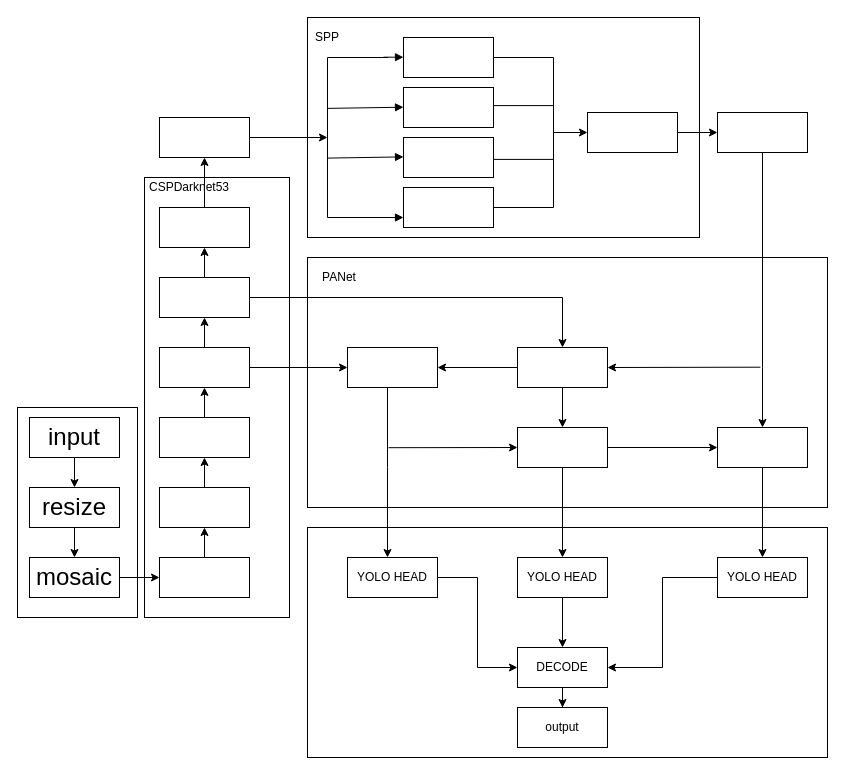
RyougiShki/hhhh keeps this draw.io diagram as page "第 2 页" (1 of 4) of Untitled Diagram.drawio. Above is the earlier version. Source tidied: cells renumbered, new cells numbered last; positions are measured from the earlier drawing's top-left corner, leaving out a move shared by most shapes. Both pictures are drawn from the tidied source at 100%, with x=0, y=0 at pixel (17, 17).
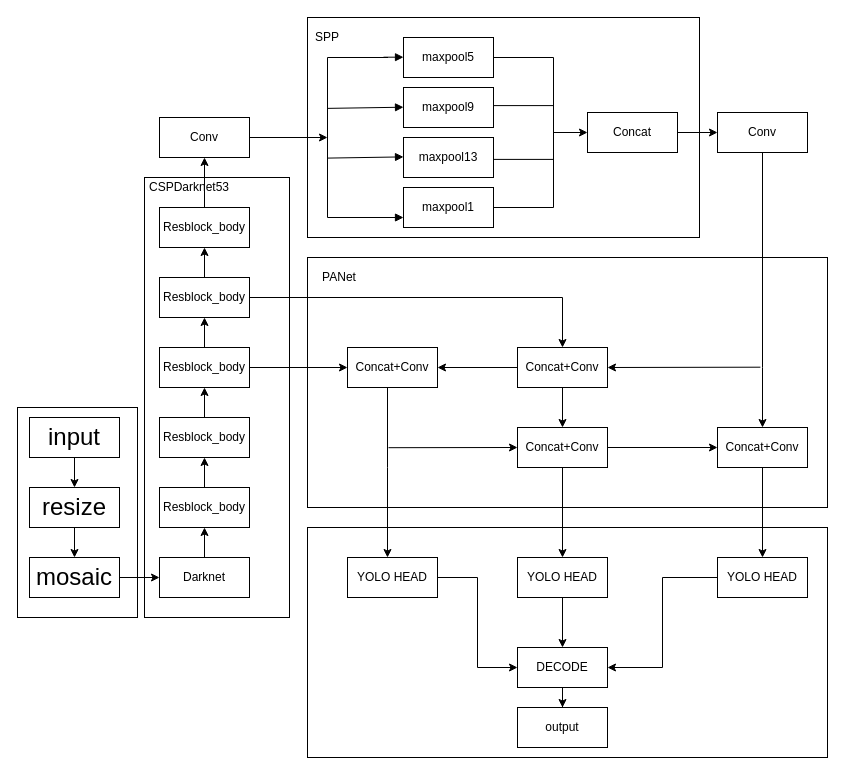
The same page after the edit.

Change to the diagram source:
```diff
@@
-    <mxCell id="12" style="rounded=0;whiteSpace=wrap;html=1;" parent="1" vertex="1">
+    <mxCell id="12" value="Darknet" style="rounded=0;whiteSpace=wrap;html=1;" parent="1" vertex="1">
       <mxGeometry x="142" y="540" width="90" height="40" as="geometry" />
     </mxCell>
@@
-    <mxCell id="16" style="rounded=0;whiteSpace=wrap;html=1;" parent="1" vertex="1">
+    <mxCell id="16" value="Resblock_body" style="rounded=0;whiteSpace=wrap;html=1;" parent="1" vertex="1">
       <mxGeometry x="142" y="470" width="90" height="40" as="geometry" />
     </mxCell>
@@
-    <mxCell id="18" style="rounded=0;whiteSpace=wrap;html=1;" parent="1" vertex="1">
+    <mxCell id="18" value="&lt;span&gt;Resblock_body&lt;/span&gt;" style="rounded=0;whiteSpace=wrap;html=1;" parent="1" vertex="1">
       <mxGeometry x="142" y="400" width="90" height="40" as="geometry" />
     </mxCell>
@@
-    <mxCell id="21" style="rounded=0;whiteSpace=wrap;html=1;" parent="1" vertex="1">
+    <mxCell id="21" value="&lt;span&gt;Resblock_body&lt;/span&gt;" style="rounded=0;whiteSpace=wrap;html=1;" parent="1" vertex="1">
       <mxGeometry x="142" y="330" width="90" height="40" as="geometry" />
     </mxCell>
@@
-    <mxCell id="24" style="rounded=0;whiteSpace=wrap;html=1;" parent="1" vertex="1">
+    <mxCell id="24" value="&lt;span&gt;Resblock_body&lt;/span&gt;" style="rounded=0;whiteSpace=wrap;html=1;" parent="1" vertex="1">
       <mxGeometry x="142" y="260" width="90" height="40" as="geometry" />
     </mxCell>
@@
-    <mxCell id="26" style="rounded=0;whiteSpace=wrap;html=1;" parent="1" vertex="1">
+    <mxCell id="26" value="&lt;span&gt;Resblock_body&lt;/span&gt;" style="rounded=0;whiteSpace=wrap;html=1;" parent="1" vertex="1">
       <mxGeometry x="142" y="190" width="90" height="40" as="geometry" />
     </mxCell>
@@
-    <mxCell id="30" style="rounded=0;whiteSpace=wrap;html=1;" parent="1" vertex="1">
+    <mxCell id="30" value="Concat+Conv" style="rounded=0;whiteSpace=wrap;html=1;" parent="1" vertex="1">
       <mxGeometry x="330" y="330" width="90" height="40" as="geometry" />
     </mxCell>
@@
-    <mxCell id="33" style="rounded=0;whiteSpace=wrap;html=1;" parent="1" vertex="1">
+    <mxCell id="33" value="&lt;span&gt;Concat+Conv&lt;/span&gt;" style="rounded=0;whiteSpace=wrap;html=1;" parent="1" vertex="1">
       <mxGeometry x="500" y="330" width="90" height="40" as="geometry" />
     </mxCell>
@@
-    <mxCell id="35" style="rounded=0;whiteSpace=wrap;html=1;" parent="1" vertex="1">
+    <mxCell id="35" value="Conv" style="rounded=0;whiteSpace=wrap;html=1;" parent="1" vertex="1">
       <mxGeometry x="142" y="100" width="90" height="40" as="geometry" />
     </mxCell>
-    <mxCell id="36" style="rounded=0;whiteSpace=wrap;html=1;" parent="1" vertex="1">
+    <mxCell id="36" value="&lt;span&gt;maxpool1&lt;/span&gt;" style="rounded=0;whiteSpace=wrap;html=1;" parent="1" vertex="1">
       <mxGeometry x="386" y="170" width="90" height="40" as="geometry" />
     </mxCell>
-    <mxCell id="37" style="rounded=0;whiteSpace=wrap;html=1;" parent="1" vertex="1">
+    <mxCell id="37" value="&lt;span&gt;maxpool9&lt;/span&gt;" style="rounded=0;whiteSpace=wrap;html=1;" parent="1" vertex="1">
       <mxGeometry x="386" y="70" width="90" height="40" as="geometry" />
     </mxCell>
-    <mxCell id="38" style="rounded=0;whiteSpace=wrap;html=1;" parent="1" vertex="1">
+    <mxCell id="38" value="maxpool5" style="rounded=0;whiteSpace=wrap;html=1;" parent="1" vertex="1">
       <mxGeometry x="386" y="20" width="90" height="40" as="geometry" />
     </mxCell>
@@
-    <mxCell id="40" style="rounded=0;whiteSpace=wrap;html=1;" parent="1" vertex="1">
+    <mxCell id="40" value="&lt;span&gt;maxpool13&lt;/span&gt;" style="rounded=0;whiteSpace=wrap;html=1;" parent="1" vertex="1">
       <mxGeometry x="386" y="120" width="90" height="40" as="geometry" />
     </mxCell>
@@
-    <mxCell id="45" style="rounded=0;whiteSpace=wrap;html=1;" parent="1" vertex="1">
+    <mxCell id="45" value="Concat" style="rounded=0;whiteSpace=wrap;html=1;" parent="1" vertex="1">
       <mxGeometry x="570" y="95" width="90" height="40" as="geometry" />
     </mxCell>
@@
-    <mxCell id="52" style="rounded=0;whiteSpace=wrap;html=1;" parent="1" vertex="1">
+    <mxCell id="52" value="Conv" style="rounded=0;whiteSpace=wrap;html=1;" parent="1" vertex="1">
       <mxGeometry x="700" y="95" width="90" height="40" as="geometry" />
     </mxCell>
@@
-    <mxCell id="54" style="rounded=0;whiteSpace=wrap;html=1;" parent="1" vertex="1">
+    <mxCell id="54" value="&lt;span&gt;Concat+Conv&lt;/span&gt;" style="rounded=0;whiteSpace=wrap;html=1;" parent="1" vertex="1">
       <mxGeometry x="700" y="410" width="90" height="40" as="geometry" />
     </mxCell>
@@
-    <mxCell id="63" style="rounded=0;whiteSpace=wrap;html=1;" parent="1" vertex="1">
+    <mxCell id="63" value="&lt;span&gt;Concat+Conv&lt;/span&gt;" style="rounded=0;whiteSpace=wrap;html=1;" parent="1" vertex="1">
       <mxGeometry x="500" y="410" width="90" height="40" as="geometry" />
     </mxCell>
```
